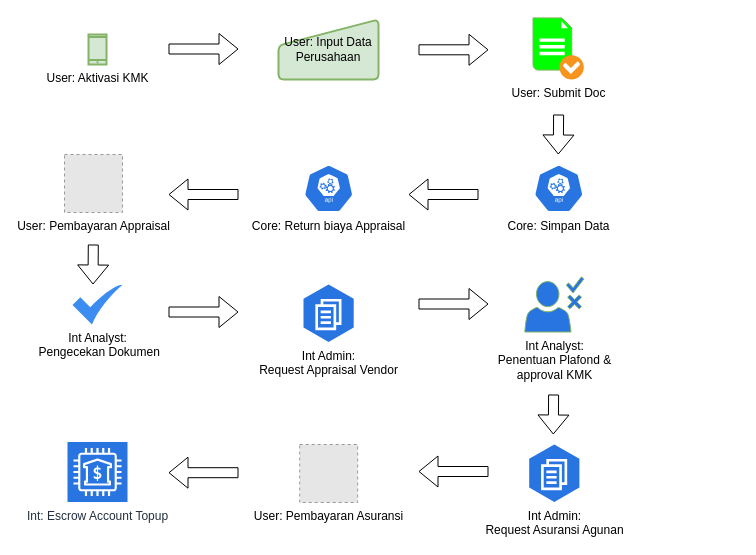
Before: page "Aktivasi KMK" (2 of 4) of Untitled Diagram.drawio in febrianj/febrianj, a draw.io diagram. Source tidied: cells renumbered, new cells numbered last; positions are measured from the earlier drawing's top-left corner, leaving out a move shared by most shapes. Both pictures are drawn from the tidied source at 100%, with x=0, y=0 at pixel (64, 17). Pictures stored in the file or linked from it are replaced by grey dashed boxes.
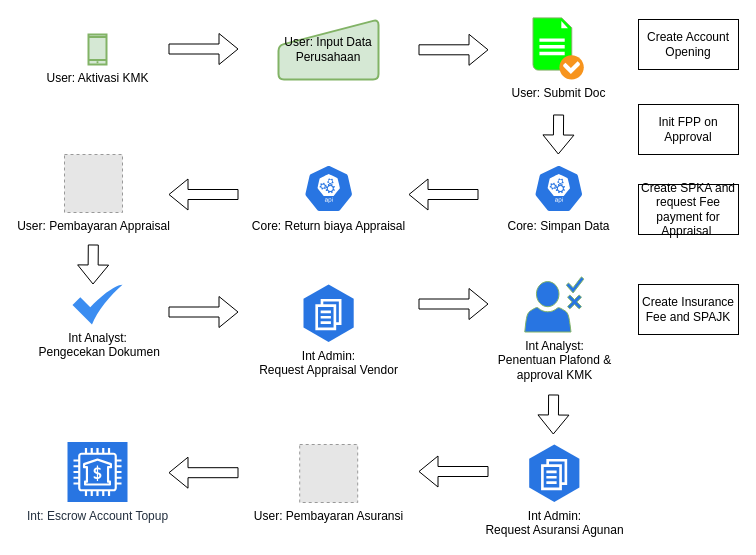
The same page after the edit.

What changed in the source:
```diff
@@
+    <mxCell id="25" value="Create Account Opening" style="html=1;dashed=0;whiteSpace=wrap;" parent="1" vertex="1">
+      <mxGeometry x="574" y="2" width="100" height="50" as="geometry" />
+    </mxCell>
+    <mxCell id="26" value="Init FPP on Approval" style="html=1;dashed=0;whiteSpace=wrap;" parent="1" vertex="1">
+      <mxGeometry x="574" y="87" width="100" height="50" as="geometry" />
+    </mxCell>
+    <mxCell id="27" value="Create SPKA and request Fee payment for Appraisal&amp;nbsp;" style="html=1;dashed=0;whiteSpace=wrap;" parent="1" vertex="1">
+      <mxGeometry x="574" y="167" width="100" height="50" as="geometry" />
+    </mxCell>
+    <mxCell id="28" value="Create Insurance Fee and SPAJK" style="html=1;dashed=0;whiteSpace=wrap;" parent="1" vertex="1">
+      <mxGeometry x="574" y="267" width="100" height="50" as="geometry" />
+    </mxCell>
```
